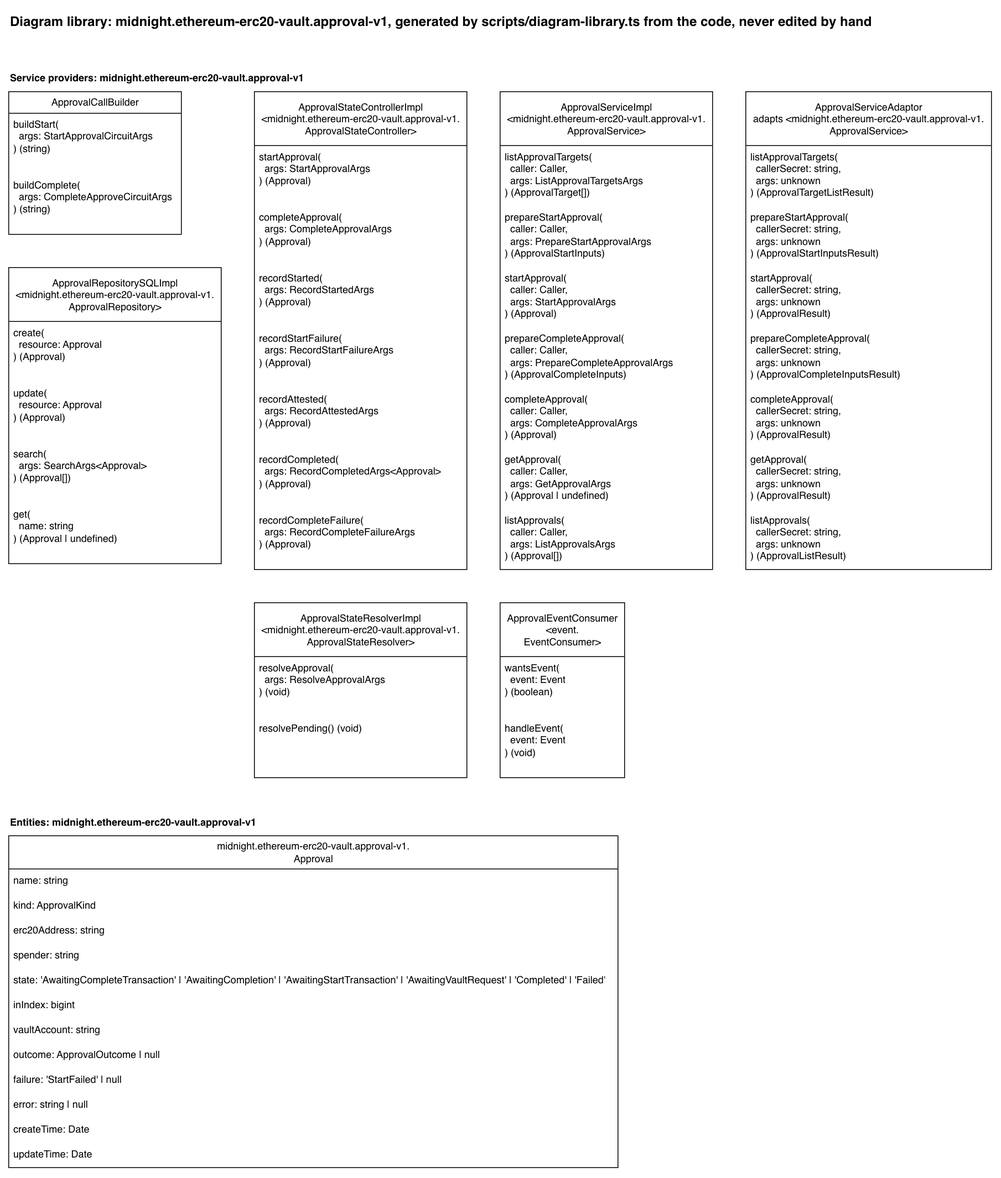
This is docs/diagram-library/midnight/ethereum-erc20-vault/approval-v1/diagram-library.drawio.png from sig-net/full-stack-demo, a draw.io export, as it was before one commit. Source tidied: cells renumbered, new cells last; positions are measured from the earlier drawing's top-left corner, leaving out a move shared by most shapes.
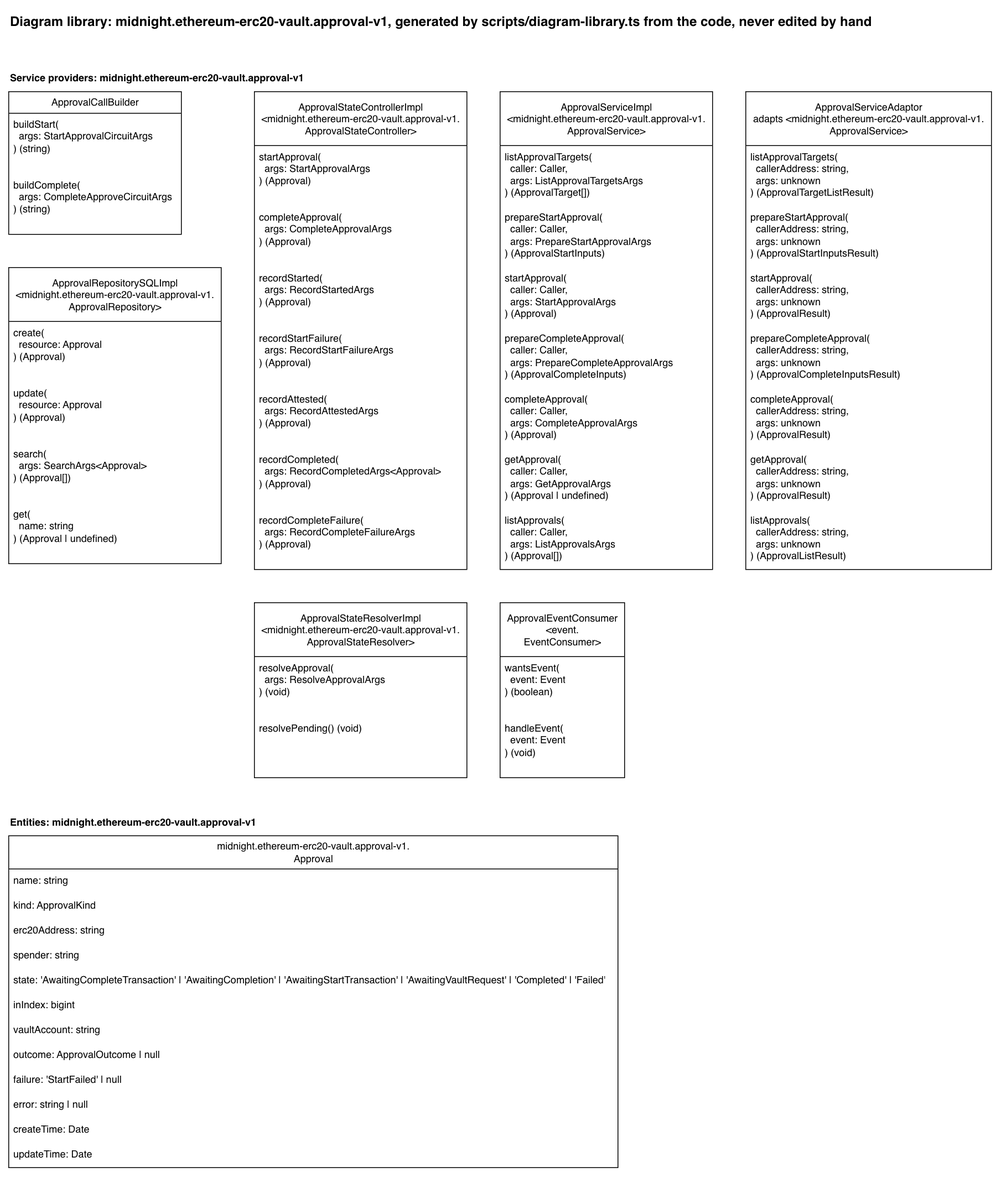
After the change.

The edit, as a diff of the source:
```diff
@@ -101,25 +101,25 @@
     <mxCell id="34" value="ApprovalServiceAdaptor&lt;br&gt;adapts &amp;lt;midnight.ethereum-erc20-vault.approval-v1.&lt;br&gt;ApprovalService&amp;gt;" style="swimlane;fontStyle=0;horizontal=1;startSize=65;fillColor=default;html=1;fillStyle=solid;" parent="1" vertex="1">
       <mxGeometry x="888" y="100" width="296" height="576" as="geometry" />
     </mxCell>
-    <mxCell id="35" value="listApprovalTargets(&lt;br&gt;&amp;nbsp; callerSecret: string,&lt;br&gt;&amp;nbsp; args: unknown&lt;br&gt;) (ApprovalTargetListResult)" style="text;strokeColor=none;fillColor=none;align=left;verticalAlign=top;spacingLeft=4;spacingRight=4;overflow=hidden;whiteSpace=wrap;html=1;" parent="34" vertex="1">
+    <mxCell id="35" value="listApprovalTargets(&lt;br&gt;&amp;nbsp; callerAddress: string,&lt;br&gt;&amp;nbsp; args: unknown&lt;br&gt;) (ApprovalTargetListResult)" style="text;strokeColor=none;fillColor=none;align=left;verticalAlign=top;spacingLeft=4;spacingRight=4;overflow=hidden;whiteSpace=wrap;html=1;" parent="34" vertex="1">
       <mxGeometry y="65" width="296" height="73" as="geometry" />
     </mxCell>
-    <mxCell id="36" value="prepareStartApproval(&lt;br&gt;&amp;nbsp; callerSecret: string,&lt;br&gt;&amp;nbsp; args: unknown&lt;br&gt;) (ApprovalStartInputsResult)" style="text;strokeColor=none;fillColor=none;align=left;verticalAlign=top;spacingLeft=4;spacingRight=4;overflow=hidden;whiteSpace=wrap;html=1;" parent="34" vertex="1">
+    <mxCell id="36" value="prepareStartApproval(&lt;br&gt;&amp;nbsp; callerAddress: string,&lt;br&gt;&amp;nbsp; args: unknown&lt;br&gt;) (ApprovalStartInputsResult)" style="text;strokeColor=none;fillColor=none;align=left;verticalAlign=top;spacingLeft=4;spacingRight=4;overflow=hidden;whiteSpace=wrap;html=1;" parent="34" vertex="1">
       <mxGeometry y="138" width="296" height="73" as="geometry" />
     </mxCell>
-    <mxCell id="37" value="startApproval(&lt;br&gt;&amp;nbsp; callerSecret: string,&lt;br&gt;&amp;nbsp; args: unknown&lt;br&gt;) (ApprovalResult)" style="text;strokeColor=none;fillColor=none;align=left;verticalAlign=top;spacingLeft=4;spacingRight=4;overflow=hidden;whiteSpace=wrap;html=1;" parent="34" vertex="1">
+    <mxCell id="37" value="startApproval(&lt;br&gt;&amp;nbsp; callerAddress: string,&lt;br&gt;&amp;nbsp; args: unknown&lt;br&gt;) (ApprovalResult)" style="text;strokeColor=none;fillColor=none;align=left;verticalAlign=top;spacingLeft=4;spacingRight=4;overflow=hidden;whiteSpace=wrap;html=1;" parent="34" vertex="1">
       <mxGeometry y="211" width="296" height="73" as="geometry" />
     </mxCell>
-    <mxCell id="38" value="prepareCompleteApproval(&lt;br&gt;&amp;nbsp; callerSecret: string,&lt;br&gt;&amp;nbsp; args: unknown&lt;br&gt;) (ApprovalCompleteInputsResult)" style="text;strokeColor=none;fillColor=none;align=left;verticalAlign=top;spacingLeft=4;spacingRight=4;overflow=hidden;whiteSpace=wrap;html=1;" parent="34" vertex="1">
+    <mxCell id="38" value="prepareCompleteApproval(&lt;br&gt;&amp;nbsp; callerAddress: string,&lt;br&gt;&amp;nbsp; args: unknown&lt;br&gt;) (ApprovalCompleteInputsResult)" style="text;strokeColor=none;fillColor=none;align=left;verticalAlign=top;spacingLeft=4;spacingRight=4;overflow=hidden;whiteSpace=wrap;html=1;" parent="34" vertex="1">
       <mxGeometry y="284" width="296" height="73" as="geometry" />
     </mxCell>
-    <mxCell id="39" value="completeApproval(&lt;br&gt;&amp;nbsp; callerSecret: string,&lt;br&gt;&amp;nbsp; args: unknown&lt;br&gt;) (ApprovalResult)" style="text;strokeColor=none;fillColor=none;align=left;verticalAlign=top;spacingLeft=4;spacingRight=4;overflow=hidden;whiteSpace=wrap;html=1;" parent="34" vertex="1">
+    <mxCell id="39" value="completeApproval(&lt;br&gt;&amp;nbsp; callerAddress: string,&lt;br&gt;&amp;nbsp; args: unknown&lt;br&gt;) (ApprovalResult)" style="text;strokeColor=none;fillColor=none;align=left;verticalAlign=top;spacingLeft=4;spacingRight=4;overflow=hidden;whiteSpace=wrap;html=1;" parent="34" vertex="1">
       <mxGeometry y="357" width="296" height="73" as="geometry" />
     </mxCell>
-    <mxCell id="40" value="getApproval(&lt;br&gt;&amp;nbsp; callerSecret: string,&lt;br&gt;&amp;nbsp; args: unknown&lt;br&gt;) (ApprovalResult)" style="text;strokeColor=none;fillColor=none;align=left;verticalAlign=top;spacingLeft=4;spacingRight=4;overflow=hidden;whiteSpace=wrap;html=1;" parent="34" vertex="1">
+    <mxCell id="40" value="getApproval(&lt;br&gt;&amp;nbsp; callerAddress: string,&lt;br&gt;&amp;nbsp; args: unknown&lt;br&gt;) (ApprovalResult)" style="text;strokeColor=none;fillColor=none;align=left;verticalAlign=top;spacingLeft=4;spacingRight=4;overflow=hidden;whiteSpace=wrap;html=1;" parent="34" vertex="1">
       <mxGeometry y="430" width="296" height="73" as="geometry" />
     </mxCell>
-    <mxCell id="41" value="listApprovals(&lt;br&gt;&amp;nbsp; callerSecret: string,&lt;br&gt;&amp;nbsp; args: unknown&lt;br&gt;) (ApprovalListResult)" style="text;strokeColor=none;fillColor=none;align=left;verticalAlign=top;spacingLeft=4;spacingRight=4;overflow=hidden;whiteSpace=wrap;html=1;" parent="34" vertex="1">
+    <mxCell id="41" value="listApprovals(&lt;br&gt;&amp;nbsp; callerAddress: string,&lt;br&gt;&amp;nbsp; args: unknown&lt;br&gt;) (ApprovalListResult)" style="text;strokeColor=none;fillColor=none;align=left;verticalAlign=top;spacingLeft=4;spacingRight=4;overflow=hidden;whiteSpace=wrap;html=1;" parent="34" vertex="1">
       <mxGeometry y="503" width="296" height="73" as="geometry" />
     </mxCell>
     <mxCell id="42" value="Entities: midnight.ethereum-erc20-vault.approval-v1" style="text;html=1;fontStyle=1;" parent="1" vertex="1">
```
